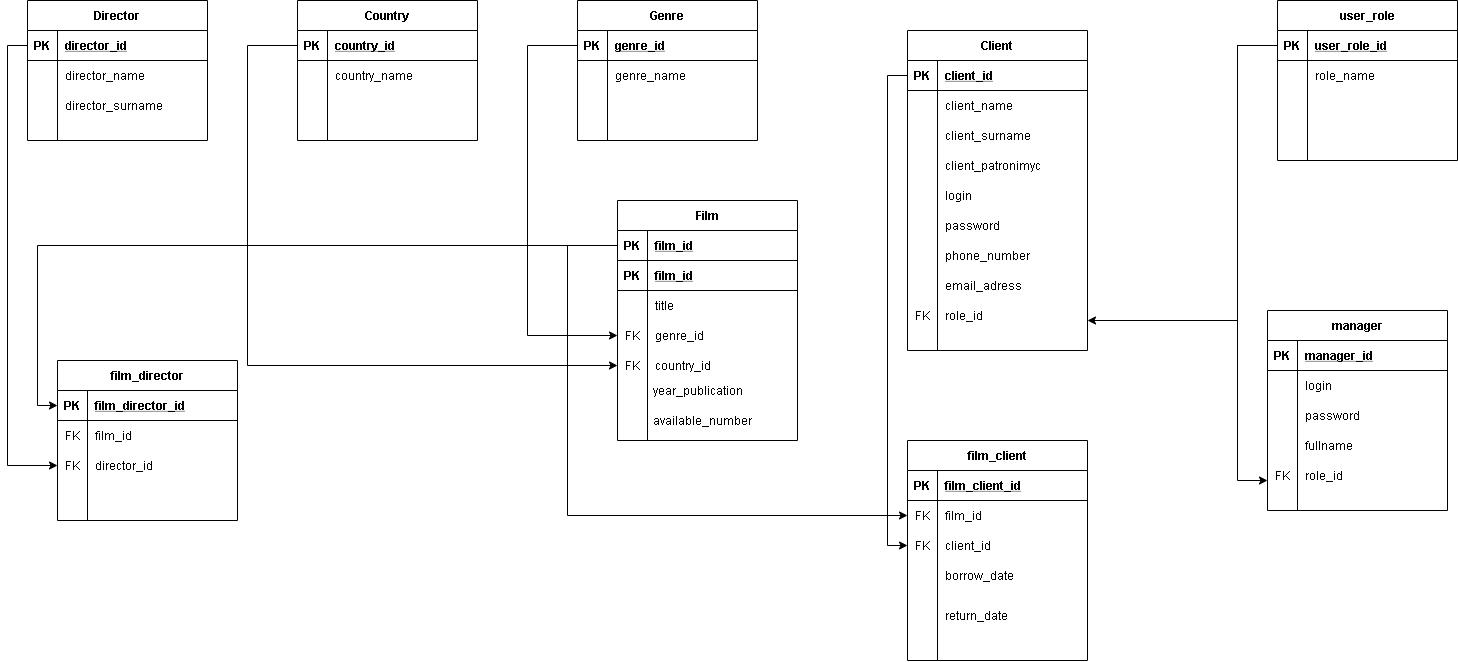
Earlier version of the draw.io export 2lab/логическая модель антикварный магазин.png (JovannaSG/4course_Web_labs). Source tidied: cells renumbered, new cells last; positions are measured from the earlier drawing's top-left corner, leaving out a move shared by most shapes.
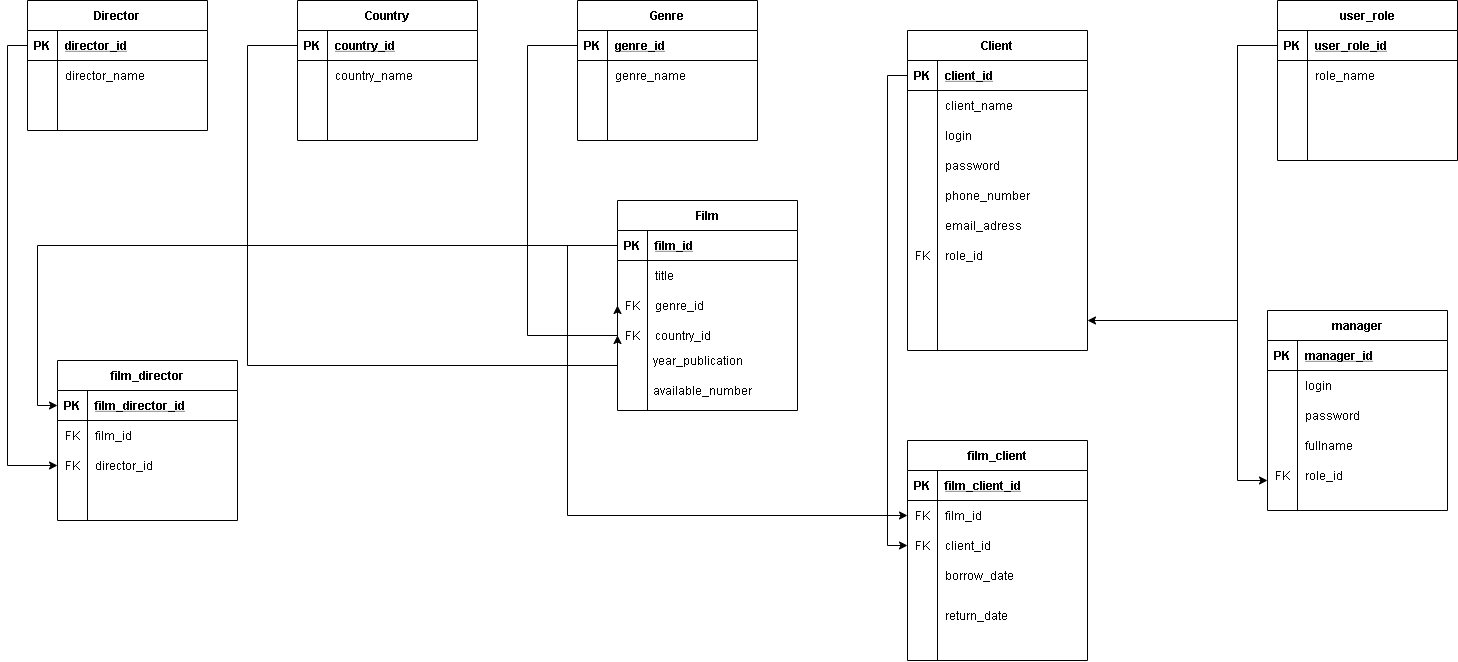
Later version of the same file.

Change to the diagram source:
```diff
@@ -3,7 +3,7 @@
     <mxCell id="0" />
     <mxCell id="1" parent="0" />
     <mxCell id="2" value="Director" style="shape=table;startSize=30;rowLines=0;fontStyle=1;align=center;" parent="1" vertex="1">
-      <mxGeometry x="20" width="180" height="140" as="geometry" />
+      <mxGeometry x="20" width="180" height="130" as="geometry" />
     </mxCell>
     <mxCell id="3" style="shape=partialRectangle;fillColor=none;top=0;left=0;bottom=1;right=0;points=[[0,0.5],[1,0.5]];portConstraint=eastwest;" parent="2" vertex="1">
       <mxGeometry y="30" width="180" height="30" as="geometry" />
@@ -24,16 +24,16 @@
       <mxGeometry x="30" width="150" height="30" as="geometry" />
     </mxCell>
     <mxCell id="9" style="shape=partialRectangle;fillColor=none;top=0;left=0;bottom=0;right=0;" parent="2" vertex="1">
-      <mxGeometry y="90" width="180" height="30" as="geometry" />
+      <mxGeometry y="90" width="180" height="20" as="geometry" />
     </mxCell>
     <mxCell id="10" style="shape=partialRectangle;fillColor=none;top=0;left=0;bottom=0;right=0;overflow=hidden;" parent="9" vertex="1">
-      <mxGeometry width="30" height="30" as="geometry" />
+      <mxGeometry width="30" height="20" as="geometry" />
     </mxCell>
-    <mxCell id="11" value="director_surname" style="shape=partialRectangle;fillColor=none;top=0;left=0;bottom=0;right=0;align=left;spacingLeft=6;overflow=hidden;" parent="9" vertex="1">
-      <mxGeometry x="30" width="150" height="30" as="geometry" />
+    <mxCell id="11" style="shape=partialRectangle;fillColor=none;top=0;left=0;bottom=0;right=0;align=left;spacingLeft=6;overflow=hidden;" parent="9" vertex="1">
+      <mxGeometry x="30" width="150" height="20" as="geometry" />
     </mxCell>
     <mxCell id="12" style="shape=partialRectangle;fillColor=none;top=0;left=0;bottom=0;right=0;" parent="2" vertex="1">
-      <mxGeometry y="120" width="180" height="20" as="geometry" />
+      <mxGeometry y="110" width="180" height="20" as="geometry" />
     </mxCell>
     <mxCell id="13" style="shape=partialRectangle;fillColor=none;top=0;left=0;bottom=0;right=0;overflow=hidden;" parent="12" vertex="1">
       <mxGeometry width="30" height="20" as="geometry" />
@@ -120,7 +120,7 @@
       <mxGeometry x="30" width="150" height="20" as="geometry" />
     </mxCell>
     <mxCell id="41" value="Film" style="shape=table;startSize=30;rowLines=0;fontStyle=1;align=center;" parent="1" vertex="1">
-      <mxGeometry x="610" y="200" width="180" height="240" as="geometry" />
+      <mxGeometry x="610" y="200" width="180" height="210" as="geometry" />
     </mxCell>
     <mxCell id="42" style="shape=partialRectangle;fillColor=none;top=0;left=0;bottom=1;right=0;points=[[0,0.5],[1,0.5]];portConstraint=eastwest;" parent="41" vertex="1">
       <mxGeometry y="30" width="180" height="30" as="geometry" />
@@ -131,17 +131,8 @@
     <mxCell id="44" value="film_id" style="shape=partialRectangle;fillColor=none;top=0;left=0;bottom=0;right=0;align=left;spacingLeft=6;fontStyle=5;overflow=hidden;" parent="42" vertex="1">
       <mxGeometry x="30" width="150" height="30" as="geometry" />
     </mxCell>
-    <mxCell id="45" style="shape=partialRectangle;fillColor=none;top=0;left=0;bottom=1;right=0;" parent="41" vertex="1">
-      <mxGeometry y="60" width="180" height="30" as="geometry" />
-    </mxCell>
-    <mxCell id="46" value="PK" style="shape=partialRectangle;fillColor=none;top=0;left=0;bottom=0;right=0;fontStyle=1;overflow=hidden;" parent="45" vertex="1">
-      <mxGeometry width="30" height="30" as="geometry" />
-    </mxCell>
-    <mxCell id="47" value="film_id" style="shape=partialRectangle;fillColor=none;top=0;left=0;bottom=0;right=0;align=left;spacingLeft=6;fontStyle=5;overflow=hidden;" parent="45" vertex="1">
-      <mxGeometry x="30" width="150" height="30" as="geometry" />
-    </mxCell>
     <mxCell id="48" style="shape=partialRectangle;fillColor=none;top=0;left=0;bottom=0;right=0;" parent="41" vertex="1">
-      <mxGeometry y="90" width="180" height="30" as="geometry" />
+      <mxGeometry y="60" width="180" height="30" as="geometry" />
     </mxCell>
     <mxCell id="49" style="shape=partialRectangle;fillColor=none;top=0;left=0;bottom=0;right=0;overflow=hidden;" parent="48" vertex="1">
       <mxGeometry width="30" height="30" as="geometry" />
@@ -150,7 +141,7 @@
       <mxGeometry x="30" width="150" height="30" as="geometry" />
     </mxCell>
     <mxCell id="51" style="shape=partialRectangle;fillColor=none;top=0;left=0;bottom=0;right=0;points=[[0,0.5],[1,0.5]];portConstraint=eastwest;" parent="41" vertex="1">
-      <mxGeometry y="120" width="180" height="30" as="geometry" />
+      <mxGeometry y="90" width="180" height="30" as="geometry" />
     </mxCell>
     <mxCell id="52" value="FK" style="shape=partialRectangle;fillColor=none;top=0;left=0;bottom=0;right=0;overflow=hidden;" parent="51" vertex="1">
       <mxGeometry width="30" height="30" as="geometry" />
@@ -159,7 +150,7 @@
       <mxGeometry x="30" width="150" height="30" as="geometry" />
     </mxCell>
     <mxCell id="54" style="shape=partialRectangle;fillColor=none;top=0;left=0;bottom=0;right=0;points=[[0,0.5],[1,0.5]];portConstraint=eastwest;" parent="41" vertex="1">
-      <mxGeometry y="150" width="180" height="30" as="geometry" />
+      <mxGeometry y="120" width="180" height="30" as="geometry" />
     </mxCell>
     <mxCell id="55" value="FK" style="shape=partialRectangle;fillColor=none;top=0;left=0;bottom=0;right=0;overflow=hidden;" parent="54" vertex="1">
       <mxGeometry width="30" height="30" as="geometry" />
@@ -168,10 +159,10 @@
       <mxGeometry x="30" width="150" height="30" as="geometry" />
     </mxCell>
     <mxCell id="57" value="year_publication" style="text;html=1;align=center;verticalAlign=middle;" parent="1" vertex="1">
-      <mxGeometry x="640" y="380" width="100" height="20" as="geometry" />
+      <mxGeometry x="640" y="350" width="100" height="20" as="geometry" />
     </mxCell>
     <mxCell id="58" value="available_number" style="text;html=1;align=center;verticalAlign=middle;" parent="1" vertex="1">
-      <mxGeometry x="640" y="410" width="110" height="20" as="geometry" />
+      <mxGeometry x="640" y="380" width="110" height="20" as="geometry" />
     </mxCell>
     <mxCell id="59" style="edgeStyle=orthogonalEdgeStyle;rounded=0;jettySize=auto;html=1;entryX=0;entryY=0.5;entryDx=0;entryDy=0;exitX=0;exitY=0.5;exitDx=0;exitDy=0;" parent="1" edge="1" source="16" target="54">
       <mxGeometry relative="1" as="geometry">
@@ -266,7 +257,7 @@
     <mxCell id="84" style="shape=partialRectangle;fillColor=none;top=0;left=0;bottom=0;right=0;overflow=hidden;" parent="83" vertex="1">
       <mxGeometry width="30" height="30" as="geometry" />
     </mxCell>
-    <mxCell id="85" value="client_surname" style="shape=partialRectangle;fillColor=none;top=0;left=0;bottom=0;right=0;align=left;spacingLeft=6;overflow=hidden;" parent="83" vertex="1">
+    <mxCell id="85" style="shape=partialRectangle;fillColor=none;top=0;left=0;bottom=0;right=0;align=left;spacingLeft=6;overflow=hidden;" parent="83" vertex="1">
       <mxGeometry x="30" width="150" height="30" as="geometry" />
     </mxCell>
     <mxCell id="86" style="shape=partialRectangle;fillColor=none;top=0;left=0;bottom=0;right=0;" parent="76" vertex="1">
@@ -275,32 +266,32 @@
     <mxCell id="87" style="shape=partialRectangle;fillColor=none;top=0;left=0;bottom=0;right=0;overflow=hidden;" parent="86" vertex="1">
       <mxGeometry width="30" height="30" as="geometry" />
     </mxCell>
-    <mxCell id="88" value="client_patronimyc" style="shape=partialRectangle;fillColor=none;top=0;left=0;bottom=0;right=0;align=left;spacingLeft=6;overflow=hidden;" parent="86" vertex="1">
+    <mxCell id="88" style="shape=partialRectangle;fillColor=none;top=0;left=0;bottom=0;right=0;align=left;spacingLeft=6;overflow=hidden;" parent="86" vertex="1">
       <mxGeometry x="30" width="150" height="30" as="geometry" />
     </mxCell>
     <mxCell id="89" style="shape=partialRectangle;fillColor=none;top=0;left=0;bottom=0;right=0;overflow=hidden;" parent="1" vertex="1">
       <mxGeometry x="900" y="240" width="30" height="30" as="geometry" />
     </mxCell>
     <mxCell id="90" value="phone_number" style="shape=partialRectangle;fillColor=none;top=0;left=0;bottom=0;right=0;align=left;spacingLeft=6;overflow=hidden;" parent="1" vertex="1">
-      <mxGeometry x="930" y="240" width="150" height="30" as="geometry" />
+      <mxGeometry x="930" y="180" width="150" height="30" as="geometry" />
     </mxCell>
     <mxCell id="91" style="shape=partialRectangle;fillColor=none;top=0;left=0;bottom=0;right=0;overflow=hidden;" parent="1" vertex="1">
       <mxGeometry x="900" y="270" width="30" height="30" as="geometry" />
     </mxCell>
     <mxCell id="92" value="email_adress" style="shape=partialRectangle;fillColor=none;top=0;left=0;bottom=0;right=0;align=left;spacingLeft=6;overflow=hidden;" parent="1" vertex="1">
-      <mxGeometry x="930" y="270" width="150" height="30" as="geometry" />
+      <mxGeometry x="930" y="210" width="150" height="30" as="geometry" />
     </mxCell>
     <mxCell id="93" style="shape=partialRectangle;fillColor=none;top=0;left=0;bottom=0;right=0;overflow=hidden;" parent="1" vertex="1">
       <mxGeometry x="900" y="180" width="30" height="30" as="geometry" />
     </mxCell>
     <mxCell id="94" value="login" style="shape=partialRectangle;fillColor=none;top=0;left=0;bottom=0;right=0;align=left;spacingLeft=6;overflow=hidden;" parent="1" vertex="1">
-      <mxGeometry x="930" y="180" width="150" height="30" as="geometry" />
+      <mxGeometry x="930" y="120" width="150" height="30" as="geometry" />
     </mxCell>
     <mxCell id="95" style="shape=partialRectangle;fillColor=none;top=0;left=0;bottom=0;right=0;overflow=hidden;" parent="1" vertex="1">
       <mxGeometry x="900" y="210" width="30" height="30" as="geometry" />
     </mxCell>
     <mxCell id="96" value="password" style="shape=partialRectangle;fillColor=none;top=0;left=0;bottom=0;right=0;align=left;spacingLeft=6;overflow=hidden;" parent="1" vertex="1">
-      <mxGeometry x="930" y="210" width="150" height="30" as="geometry" />
+      <mxGeometry x="930" y="150" width="150" height="30" as="geometry" />
     </mxCell>
     <mxCell id="97" value="film_client" style="shape=table;startSize=30;rowLines=0;fontStyle=1;align=center;" parent="1" vertex="1">
       <mxGeometry x="900" y="440" width="180" height="220" as="geometry" />
@@ -452,10 +443,10 @@
       </mxGeometry>
     </mxCell>
     <mxCell id="143" value="FK" style="shape=partialRectangle;fillColor=none;top=0;left=0;bottom=0;right=0;overflow=hidden;" parent="1" vertex="1">
-      <mxGeometry x="900" y="300" width="30" height="30" as="geometry" />
+      <mxGeometry x="900" y="240" width="30" height="30" as="geometry" />
     </mxCell>
     <mxCell id="144" value="role_id" style="shape=partialRectangle;fillColor=none;top=0;left=0;bottom=0;right=0;align=left;spacingLeft=6;overflow=hidden;" parent="1" vertex="1">
-      <mxGeometry x="930" y="300" width="150" height="30" as="geometry" />
+      <mxGeometry x="930" y="240" width="150" height="30" as="geometry" />
     </mxCell>
     <mxCell id="145" style="edgeStyle=orthogonalEdgeStyle;rounded=0;jettySize=auto;html=1;" parent="1" edge="1" source="128">
       <mxGeometry relative="1" as="geometry">
```
